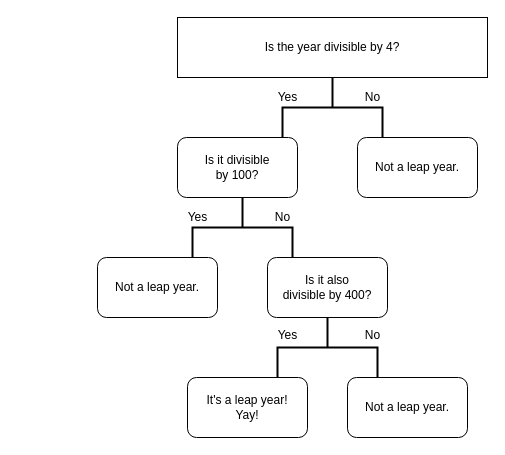
The draw.io diagram Untitled Diagram.drawio in honeytea/WorkWebs, before the edit. Source tidied: cells renumbered, new cells numbered last; positions are measured from the earlier drawing's top-left corner, leaving out a move shared by most shapes. Both pictures are drawn from the tidied source at 100%, with x=0, y=0 at pixel (97, 17).
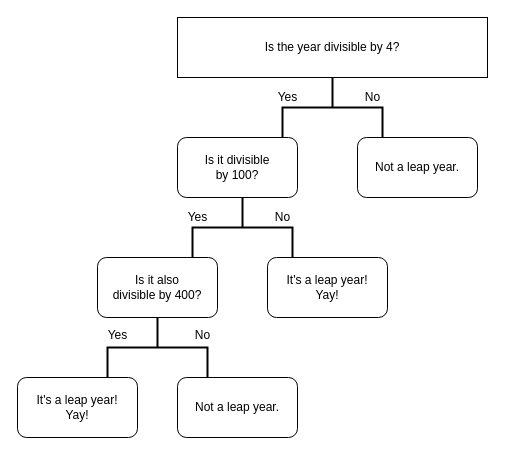
The same diagram, later.

Commit message:
Leap Year Diagram.drawio

Change to the diagram source:
```diff
@@
 <mxGraphModel>
   <root>
     <mxCell id="0" />
     <mxCell id="1" parent="0" />
     <mxCell id="2" style="strokeWidth=2;html=1;shape=mxgraph.flowchart.annotation_2;align=left;labelPosition=right;rotation=90;" parent="1" vertex="1">
       <mxGeometry x="110" y="160" width="70" height="100" as="geometry" />
     </mxCell>
     <mxCell id="3" style="strokeWidth=2;html=1;shape=mxgraph.flowchart.annotation_2;align=left;labelPosition=right;rotation=90;" parent="1" vertex="1">
       <mxGeometry x="200" y="40" width="70" height="100" as="geometry" />
     </mxCell>
     <mxCell id="4" value="Is the year divisible by 4?" style="rounded=0;whiteSpace=wrap;html=1;" parent="1" vertex="1">
       <mxGeometry x="80" width="310" height="60" as="geometry" />
     </mxCell>
     <mxCell id="5" value="Not a leap year." style="rounded=1;whiteSpace=wrap;html=1;" parent="1" vertex="1">
       <mxGeometry x="260" y="120" width="120" height="60" as="geometry" />
     </mxCell>
     <mxCell id="6" value="Yes" style="text;html=1;align=center;verticalAlign=middle;strokeColor=none;" parent="1" vertex="1">
       <mxGeometry x="170" y="70" width="40" height="20" as="geometry" />
     </mxCell>
     <mxCell id="7" value="No" style="text;html=1;align=center;verticalAlign=middle;strokeColor=none;" parent="1" vertex="1">
       <mxGeometry x="260" y="70" width="30" height="20" as="geometry" />
     </mxCell>
     <mxCell id="8" value="Is it divisible &lt;br&gt;by 100?" style="rounded=1;whiteSpace=wrap;html=1;" parent="1" vertex="1">
       <mxGeometry x="80" y="120" width="120" height="60" as="geometry" />
     </mxCell>
     <mxCell id="9" style="strokeWidth=2;html=1;shape=mxgraph.flowchart.annotation_2;align=left;labelPosition=right;rotation=90;" parent="1" vertex="1">
-      <mxGeometry x="192.5" y="280" width="75" height="100" as="geometry" />
+      <mxGeometry x="22.5" y="280" width="75" height="100" as="geometry" />
     </mxCell>
     <mxCell id="10" value="Yes" style="text;html=1;align=center;verticalAlign=middle;strokeColor=none;" parent="1" vertex="1">
-      <mxGeometry x="170" y="307.5" width="40" height="20" as="geometry" />
+      <mxGeometry y="307.5" width="40" height="20" as="geometry" />
     </mxCell>
     <mxCell id="11" value="No" style="text;html=1;align=center;verticalAlign=middle;strokeColor=none;" parent="1" vertex="1">
-      <mxGeometry x="260" y="307.5" width="30" height="20" as="geometry" />
+      <mxGeometry x="90" y="307.5" width="30" height="20" as="geometry" />
     </mxCell>
-    <mxCell id="12" value="Not a leap year." style="rounded=1;whiteSpace=wrap;html=1;" parent="1" vertex="1">
-      <mxGeometry y="240" width="120" height="60" as="geometry" />
+    <mxCell id="12" value="It's a leap year!&lt;br&gt;Yay!" style="rounded=1;whiteSpace=wrap;html=1;" parent="1" vertex="1">
+      <mxGeometry x="170" y="240" width="120" height="60" as="geometry" />
     </mxCell>
     <mxCell id="13" value="&lt;span&gt;Is it also&lt;/span&gt;&lt;br&gt;&lt;span&gt;divisible by 400?&lt;/span&gt;" style="rounded=1;whiteSpace=wrap;html=1;" parent="1" vertex="1">
-      <mxGeometry x="170" y="240" width="120" height="60" as="geometry" />
+      <mxGeometry y="240" width="120" height="60" as="geometry" />
     </mxCell>
     <mxCell id="14" value="Yes" style="text;html=1;align=center;verticalAlign=middle;strokeColor=none;" parent="1" vertex="1">
       <mxGeometry x="80" y="190" width="40" height="20" as="geometry" />
     </mxCell>
     <mxCell id="15" value="No" style="text;html=1;align=center;verticalAlign=middle;strokeColor=none;" parent="1" vertex="1">
       <mxGeometry x="170" y="190" width="30" height="20" as="geometry" />
     </mxCell>
     <mxCell id="16" value="It's a leap year!&lt;br&gt;Yay!" style="rounded=1;whiteSpace=wrap;html=1;" parent="1" vertex="1">
-      <mxGeometry x="90" y="360" width="120" height="60" as="geometry" />
+      <mxGeometry x="-80" y="360" width="120" height="60" as="geometry" />
     </mxCell>
     <mxCell id="17" value="Not a leap year." style="rounded=1;whiteSpace=wrap;html=1;" parent="1" vertex="1">
-      <mxGeometry x="250" y="360" width="120" height="60" as="geometry" />
+      <mxGeometry x="80" y="360" width="120" height="60" as="geometry" />
     </mxCell>
   </root>
 </mxGraphModel>
```
